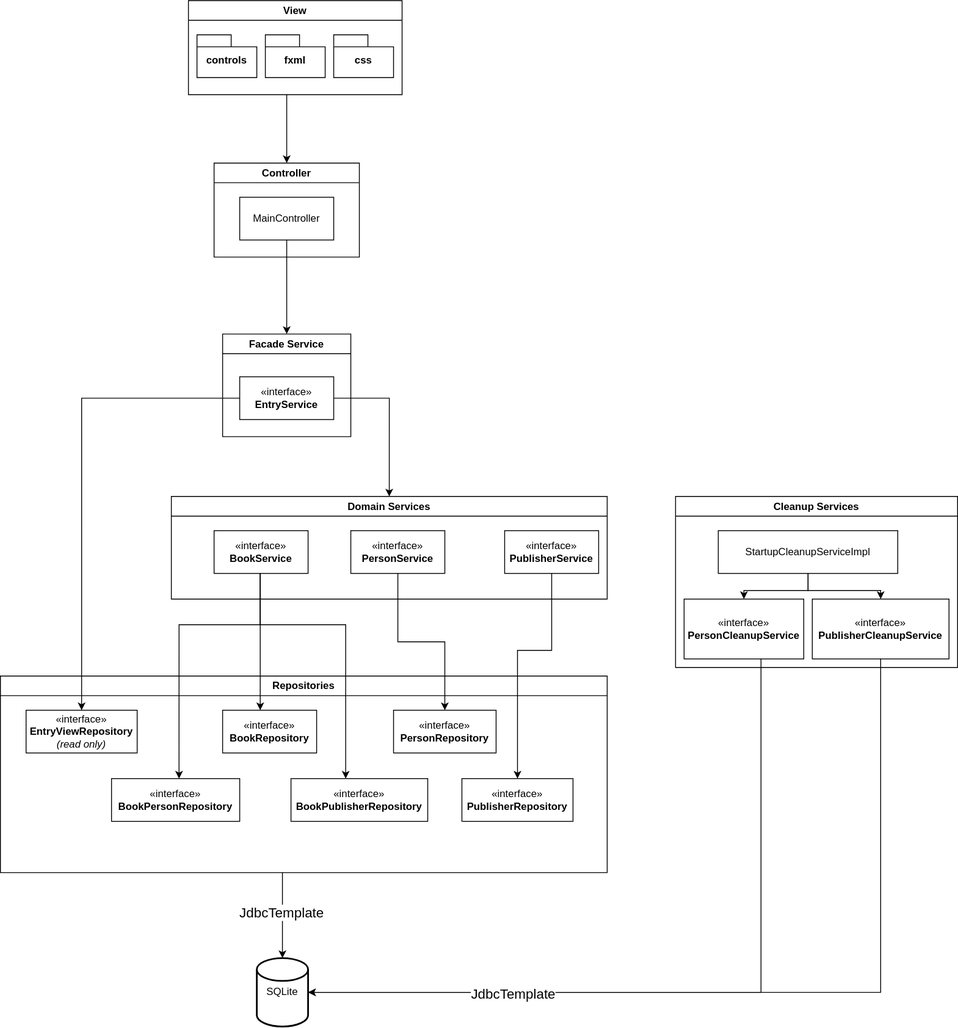
The draw.io diagram diagrams/architecture.drawio.svg in scrVrdn/inventory, before a commit. Source tidied: cells renumbered, new cells last; positions are measured from the earlier drawing's top-left corner, leaving out a move shared by most shapes.
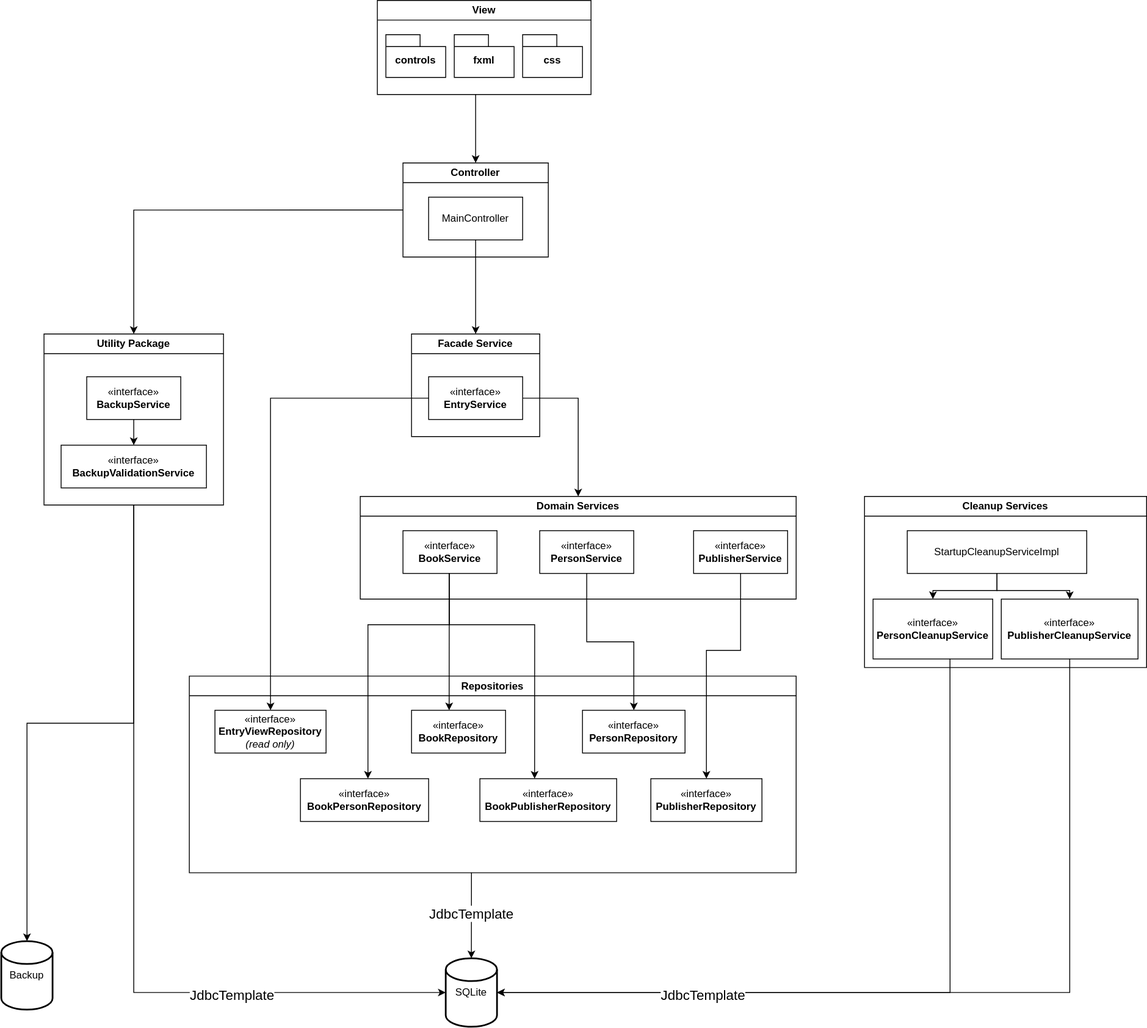
After the commit.

Commit message:
Updated README and architecture diagram, removed obsolete classes and code snippets

Diff of the diagram source:
```diff
@@ -64,6 +64,9 @@
         <mxPoint x="335" y="110" as="sourcePoint" />
       </mxGeometry>
     </mxCell>
+    <mxCell id="43" style="edgeStyle=orthogonalEdgeStyle;rounded=0;jettySize=auto;html=1;exitX=0;exitY=0.5;exitDx=0;exitDy=0;entryX=0.5;entryY=0;entryDx=0;entryDy=0;" parent="1" edge="1" source="22" target="47">
+      <mxGeometry relative="1" as="geometry" />
+    </mxCell>
     <mxCell id="22" value="Controller" style="swimlane;whiteSpace=wrap;html=1;" parent="1" vertex="1">
       <mxGeometry x="250" y="190" width="170" height="110" as="geometry" />
     </mxCell>
@@ -172,5 +175,31 @@
     <mxCell id="42" value="&lt;div&gt;&lt;font style=&quot;font-size: 16px;&quot;&gt;JdbcTemplate&lt;/font&gt;&lt;/div&gt;" style="edgeLabel;html=1;align=center;verticalAlign=middle;" parent="41" vertex="1">
       <mxGeometry x="0.55" y="2" relative="1" as="geometry" />
     </mxCell>
+    <mxCell id="44" style="edgeStyle=orthogonalEdgeStyle;rounded=0;jettySize=auto;html=1;exitX=0.5;exitY=1;exitDx=0;exitDy=0;entryX=0;entryY=0.5;entryDx=0;entryDy=0;entryPerimeter=0;" parent="1" edge="1" source="47" target="24">
+      <mxGeometry relative="1" as="geometry" />
+    </mxCell>
+    <mxCell id="45" value="&lt;font style=&quot;font-size: 16px;&quot;&gt;JdbcTemplate&lt;/font&gt;" style="edgeLabel;html=1;align=center;verticalAlign=middle;" parent="44" vertex="1">
+      <mxGeometry x="0.47" y="-2" relative="1" as="geometry">
+        <mxPoint x="-1" as="offset" />
+      </mxGeometry>
+    </mxCell>
+    <mxCell id="46" style="edgeStyle=orthogonalEdgeStyle;rounded=0;jettySize=auto;html=1;" parent="1" edge="1" source="47" target="51">
+      <mxGeometry relative="1" as="geometry" />
+    </mxCell>
+    <mxCell id="47" value="Utility Package" style="swimlane;whiteSpace=wrap;html=1;" parent="1" vertex="1">
+      <mxGeometry x="-170" y="390" width="210" height="200" as="geometry" />
+    </mxCell>
+    <mxCell id="48" style="edgeStyle=orthogonalEdgeStyle;rounded=0;jettySize=auto;html=1;entryX=0.5;entryY=0;entryDx=0;entryDy=0;" parent="47" edge="1" source="49" target="50">
+      <mxGeometry relative="1" as="geometry" />
+    </mxCell>
+    <mxCell id="49" value="&lt;div&gt;«interface»&lt;/div&gt;&lt;div&gt;&lt;b&gt;BackupService&lt;/b&gt;&lt;/div&gt;" style="html=1;whiteSpace=wrap;" parent="47" vertex="1">
+      <mxGeometry x="50" y="50" width="110" height="50" as="geometry" />
+    </mxCell>
+    <mxCell id="50" value="&lt;div&gt;«interface»&lt;/div&gt;&lt;b&gt;BackupValidationService&lt;/b&gt;" style="html=1;whiteSpace=wrap;" parent="47" vertex="1">
+      <mxGeometry x="20" y="130" width="170" height="50" as="geometry" />
+    </mxCell>
+    <mxCell id="51" value="Backup" style="strokeWidth=2;html=1;shape=mxgraph.flowchart.database;whiteSpace=wrap;" parent="1" vertex="1">
+      <mxGeometry x="-220" y="1100" width="60" height="80" as="geometry" />
+    </mxCell>
   </root>
 </mxGraphModel>
```
